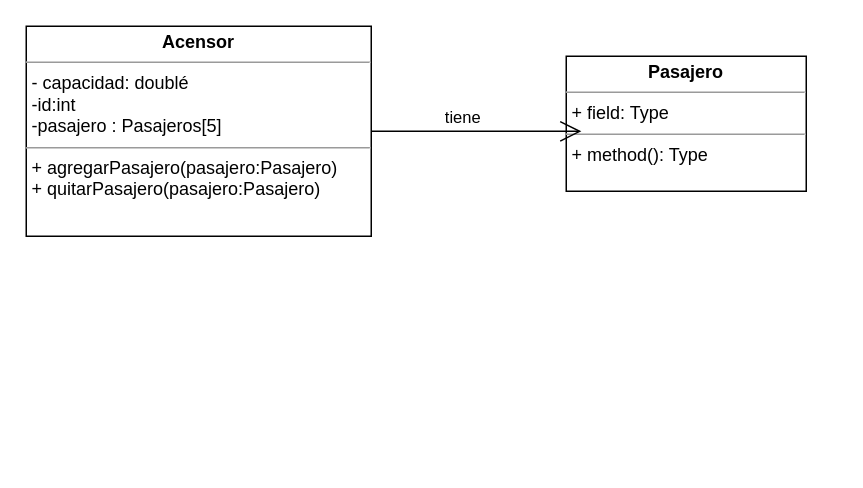
Above: Diagrama sin título.drawio in MiguelPilamunga/DataSet (draw.io), before the change. Source tidied: cells renumbered, new cells numbered last; positions are measured from the earlier drawing's top-left corner, leaving out a move shared by most shapes. Both pictures are drawn from the tidied source at 150%, with x=0, y=0 at pixel (26, 26).
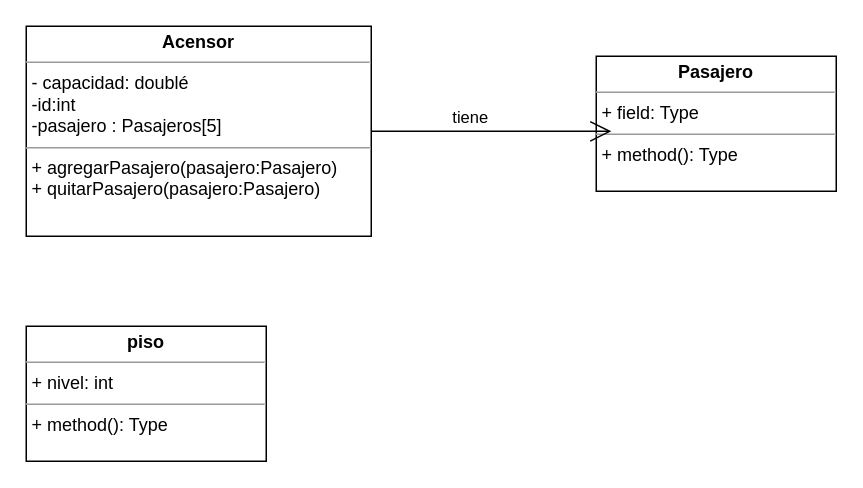
The same page after the edit.

Change to the diagram source:
```diff
@@
 <mxGraphModel>
   <root>
     <mxCell id="0" />
     <mxCell id="1" parent="0" />
     <mxCell id="2" value="&lt;p style=&quot;margin:0px;margin-top:4px;text-align:center;&quot;&gt;&lt;b&gt;Acensor&lt;/b&gt;&lt;/p&gt;&lt;hr size=&quot;1&quot;&gt;&lt;p style=&quot;margin:0px;margin-left:4px;&quot;&gt;- capacidad: doublé&lt;/p&gt;&lt;p style=&quot;margin:0px;margin-left:4px;&quot;&gt;-id:int&lt;/p&gt;&lt;p style=&quot;margin:0px;margin-left:4px;&quot;&gt;-pasajero : Pasajeros[5]&lt;/p&gt;&lt;hr size=&quot;1&quot;&gt;&lt;p style=&quot;margin:0px;margin-left:4px;&quot;&gt;+ agregarPasajero(pasajero:Pasajero)&lt;/p&gt;&lt;p style=&quot;margin:0px;margin-left:4px;&quot;&gt;+ quitarPasajero(pasajero:Pasajero)&lt;br&gt;&lt;/p&gt;" style="verticalAlign=top;align=left;overflow=fill;fontSize=12;fontFamily=Helvetica;html=1;" parent="1" vertex="1">
       <mxGeometry width="230" height="140" as="geometry" />
     </mxCell>
     <mxCell id="3" value="&lt;p style=&quot;margin:0px;margin-top:4px;text-align:center;&quot;&gt;&lt;b&gt;Pasajero&lt;/b&gt;&lt;/p&gt;&lt;hr size=&quot;1&quot;&gt;&lt;p style=&quot;margin:0px;margin-left:4px;&quot;&gt;+ field: Type&lt;/p&gt;&lt;hr size=&quot;1&quot;&gt;&lt;p style=&quot;margin:0px;margin-left:4px;&quot;&gt;+ method(): Type&lt;/p&gt;" style="verticalAlign=top;align=left;overflow=fill;fontSize=12;fontFamily=Helvetica;html=1;" parent="1" vertex="1">
-      <mxGeometry x="360" y="20" width="160" height="90" as="geometry" />
+      <mxGeometry x="380" y="20" width="160" height="90" as="geometry" />
     </mxCell>
     <mxCell id="4" style="endArrow=open;endFill=1;endSize=12;html=1;rounded=0;entryX=0.063;entryY=0.556;entryDx=0;entryDy=0;entryPerimeter=0;" parent="1" edge="1" target="3">
       <mxGeometry relative="1" as="geometry">
         <mxPoint x="230" y="70" as="sourcePoint" />
       </mxGeometry>
     </mxCell>
     <mxCell id="5" value="tiene" style="edgeLabel;html=1;align=center;verticalAlign=middle;" parent="4" vertex="1">
       <mxGeometry x="-0.46" y="2" relative="1" as="geometry">
         <mxPoint x="22" y="-8" as="offset" />
       </mxGeometry>
     </mxCell>
+    <mxCell id="6" value="&lt;p style=&quot;margin:0px;margin-top:4px;text-align:center;&quot;&gt;&lt;b&gt;piso&lt;/b&gt;&lt;/p&gt;&lt;hr size=&quot;1&quot;&gt;&lt;p style=&quot;margin:0px;margin-left:4px;&quot;&gt;+ nivel: int&lt;/p&gt;&lt;hr size=&quot;1&quot;&gt;&lt;p style=&quot;margin:0px;margin-left:4px;&quot;&gt;+ method(): Type&lt;/p&gt;" style="verticalAlign=top;align=left;overflow=fill;fontSize=12;fontFamily=Helvetica;html=1;" parent="1" vertex="1">
+      <mxGeometry y="200" width="160" height="90" as="geometry" />
+    </mxCell>
   </root>
 </mxGraphModel>
```
